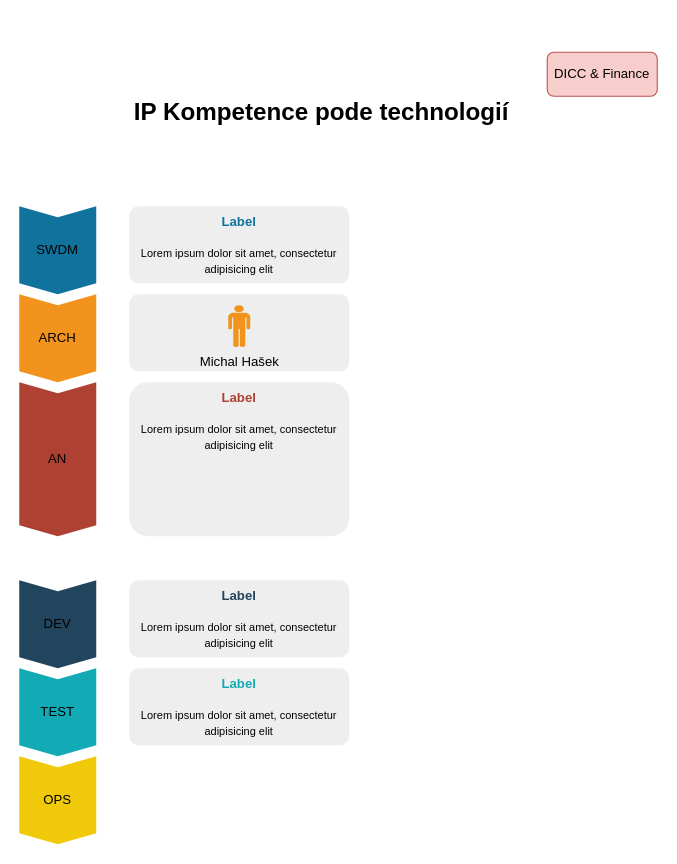
Before: IP - TechnologyCompetence.drawio in MichalHasekRB/my-Diagrams, a draw.io diagram. Source tidied: cells renumbered, new cells numbered last; positions are measured from the earlier drawing's top-left corner, leaving out a move shared by most shapes. Both pictures are drawn from the tidied source at 110%, with x=0, y=0 at pixel (19, 52).
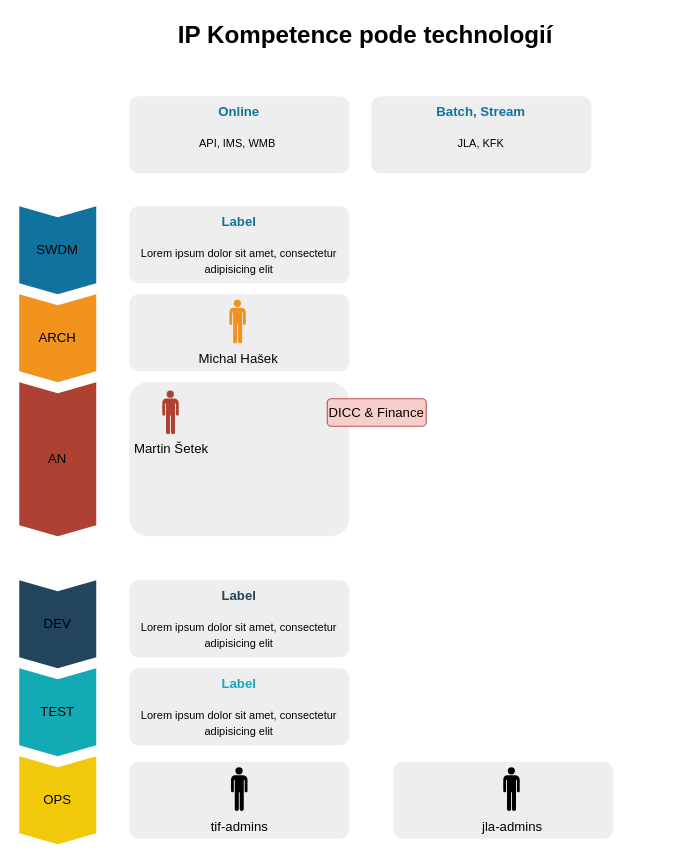
The same page after the edit.

The edit, as a diff of the source:
```diff
@@
-    <mxCell id="9" value="&lt;font style=&quot;font-size: 10px&quot;&gt;&lt;font style=&quot;font-size: 12px&quot; color=&quot;#AE4132&quot;&gt;&lt;b&gt;Label&lt;/b&gt;&lt;/font&gt;&lt;br&gt;&lt;br&gt;&lt;font size=&quot;1&quot;&gt;Lorem ipsum dolor sit amet, consectetur adipisicing elit&lt;/font&gt;&lt;/font&gt;" style="rounded=1;strokeColor=none;fillColor=#EEEEEE;align=center;arcSize=12;verticalAlign=top;whiteSpace=wrap;html=1;fontSize=12;" parent="1" vertex="1">
+    <mxCell id="9" style="rounded=1;strokeColor=none;fillColor=#EEEEEE;align=center;arcSize=12;verticalAlign=top;whiteSpace=wrap;html=1;fontSize=12;" parent="1" vertex="1">
       <mxGeometry x="100" y="300" width="200" height="140" as="geometry" />
     </mxCell>
@@
     <mxCell id="12" value="IP Kompetence pode technologií" style="text;strokeColor=none;align=center;fillColor=none;html=1;verticalAlign=middle;whiteSpace=wrap;rounded=0;fontStyle=1;fontSize=22;" parent="1" vertex="1">
-      <mxGeometry x="100" y="40" width="350" height="30" as="geometry" />
+      <mxGeometry x="140" y="-30" width="350" height="30" as="geometry" />
     </mxCell>
@@
+    <mxCell id="15" value="DICC &amp;amp; Finance" style="rounded=1;whiteSpace=wrap;html=1;fillColor=#f8cecc;strokeColor=#b85450;" parent="1" vertex="1">
+      <mxGeometry x="280" y="315" width="90" height="25" as="geometry" />
+    </mxCell>
+    <mxCell id="16" value="&lt;font style=&quot;font-size: 10px&quot;&gt;&lt;font style=&quot;font-size: 12px&quot; color=&quot;#10739E&quot;&gt;&lt;b&gt;Online&lt;/b&gt;&lt;/font&gt;&lt;br&gt;&lt;br&gt;&lt;font size=&quot;1&quot;&gt;API, IMS, WMB&amp;nbsp;&lt;/font&gt;&lt;/font&gt;" style="rounded=1;strokeColor=none;fillColor=#EEEEEE;align=center;arcSize=12;verticalAlign=top;whiteSpace=wrap;html=1;fontSize=12;" parent="1" vertex="1">
+      <mxGeometry x="100" y="40" width="200" height="70" as="geometry" />
+    </mxCell>
+    <mxCell id="17" value="&lt;font style=&quot;&quot;&gt;&lt;font style=&quot;font-size: 12px;&quot; color=&quot;#10739E&quot;&gt;&lt;b&gt;Batch, Stream&lt;/b&gt;&lt;/font&gt;&lt;br&gt;&lt;br&gt;&lt;font size=&quot;1&quot;&gt;JLA, KFK&lt;/font&gt;&lt;br&gt;&lt;/font&gt;" style="rounded=1;strokeColor=none;fillColor=#EEEEEE;align=center;arcSize=12;verticalAlign=top;whiteSpace=wrap;html=1;fontSize=12;" parent="1" vertex="1">
+      <mxGeometry x="320" y="40" width="200" height="70" as="geometry" />
+    </mxCell>
+    <mxCell id="18" value="Martin Šetek" style="shape=mxgraph.signs.people.man_1;html=1;fillColor=#ae4132;strokeColor=none;verticalLabelPosition=bottom;verticalAlign=top;align=center;sketch=0;" parent="1" vertex="1">
+      <mxGeometry x="130" y="307.6" width="15" height="39.7" as="geometry" />
+    </mxCell>
+    <mxCell id="19" style="rounded=1;strokeColor=none;fillColor=#EEEEEE;align=center;arcSize=12;verticalAlign=top;whiteSpace=wrap;html=1;fontSize=12;" parent="1" vertex="1">
+      <mxGeometry x="100" y="645" width="200" height="70" as="geometry" />
+    </mxCell>
+    <mxCell id="20" value="tif-admins" style="shape=mxgraph.signs.people.man_1;html=1;fillColor=#000000;strokeColor=none;verticalLabelPosition=bottom;verticalAlign=top;align=center;sketch=0;" parent="1" vertex="1">
+      <mxGeometry x="192.5" y="650" width="15" height="39.7" as="geometry" />
+    </mxCell>
+    <mxCell id="21" style="rounded=1;strokeColor=none;fillColor=#EEEEEE;align=center;arcSize=12;verticalAlign=top;whiteSpace=wrap;html=1;fontSize=12;" parent="1" vertex="1">
+      <mxGeometry x="340" y="645" width="200" height="70" as="geometry" />
+    </mxCell>
+    <mxCell id="22" value="jla-admins" style="shape=mxgraph.signs.people.man_1;html=1;fillColor=#000000;strokeColor=none;verticalLabelPosition=bottom;verticalAlign=top;align=center;sketch=0;" parent="1" vertex="1">
+      <mxGeometry x="440" y="650" width="15" height="39.7" as="geometry" />
+    </mxCell>
-    <mxCell id="14" value="Michal Hašek" style="shape=mxgraph.signs.people.man_1;html=1;fillColor=#f2931e;strokeColor=none;verticalLabelPosition=bottom;verticalAlign=top;align=center;sketch=0;" parent="1" vertex="1">
-      <mxGeometry x="190" y="230" width="20" height="38" as="geometry" />
+    <mxCell id="14" value="Michal Hašek" style="shape=mxgraph.signs.people.man_1;html=1;fillColor=#f2921e;strokeColor=none;verticalLabelPosition=bottom;verticalAlign=top;align=center;sketch=0;" parent="1" vertex="1">
+      <mxGeometry x="191" y="225" width="15" height="39.7" as="geometry" />
     </mxCell>
-    <mxCell id="15" value="DICC &amp;amp; Finance" style="rounded=1;whiteSpace=wrap;html=1;fillColor=#f8cecc;strokeColor=#b85450;" parent="1" vertex="1">
-      <mxGeometry x="480" width="100" height="40" as="geometry" />
-    </mxCell>
```
